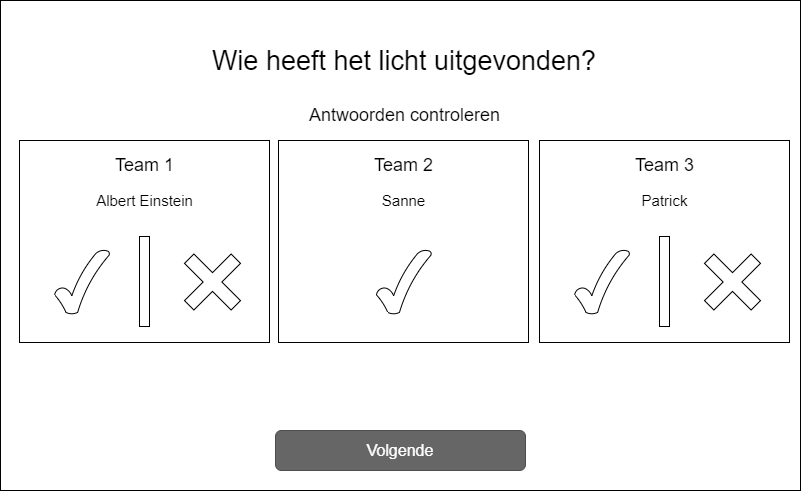
Patrickroelofs/HANICA-DWA-Quizzer keeps this draw.io diagram as Software Guidebook/wireframes/wireframes-Master (review answers).png. Above is the earlier version. Source tidied: cells renumbered, new cells last; positions are measured from the earlier drawing's top-left corner, leaving out a move shared by most shapes. Its diagram source:
```xml
<mxGraphModel>
  <root>
    <mxCell id="0" />
    <mxCell id="1" parent="0" />
    <mxCell id="2" style="rounded=0;whiteSpace=wrap;html=1;strokeColor=#000000;fillColor=#ffffff;fontSize=20;" parent="1" vertex="1">
      <mxGeometry width="800" height="490" as="geometry" />
    </mxCell>
    <mxCell id="3" value="&lt;font style=&quot;font-size: 18px&quot;&gt;Antwoorden controleren&lt;/font&gt;" style="text;html=1;align=center;verticalAlign=middle;fillColor=none;strokeColor=none;rounded=0;fontSize=18;" parent="1" vertex="1">
      <mxGeometry x="299" y="100" width="210" height="30" as="geometry" />
    </mxCell>
    <mxCell id="4" value="&lt;font style=&quot;font-size: 16px&quot;&gt;Volgende&lt;/font&gt;" style="rounded=1;html=1;shadow=0;dashed=0;whiteSpace=wrap;fontSize=10;fillColor=#666666;align=center;strokeColor=#4D4D4D;fontColor=#ffffff;" parent="1" vertex="1">
      <mxGeometry x="275" y="430" width="250" height="40" as="geometry" />
    </mxCell>
    <mxCell id="5" style="group;" parent="1" vertex="1">
      <mxGeometry x="19" y="180" width="250" height="162" as="geometry" />
    </mxCell>
    <mxCell id="6" style="rounded=0;whiteSpace=wrap;html=1;strokeColor=#000000;fontSize=18;" parent="5" vertex="1">
      <mxGeometry y="-40" width="250" height="202" as="geometry" />
    </mxCell>
    <mxCell id="7" style="verticalLabelPosition=bottom;verticalAlign=top;html=1;shape=mxgraph.basic.tick;strokeColor=#000000;fillColor=#ffffff;fontSize=18;" parent="5" vertex="1">
      <mxGeometry x="35.2" y="69.2" width="54.8" height="64.5" as="geometry" />
    </mxCell>
    <mxCell id="8" style="shape=cross;whiteSpace=wrap;html=1;strokeColor=#000000;fillColor=#ffffff;fontSize=18;rotation=45;" parent="5" vertex="1">
      <mxGeometry x="160" y="68.5" width="66" height="66" as="geometry" />
    </mxCell>
    <mxCell id="9" style="whiteSpace=wrap;html=1;strokeColor=#000000;fillColor=#ffffff;fontSize=20;" parent="5" vertex="1">
      <mxGeometry x="120" y="56" width="10" height="90" as="geometry" />
    </mxCell>
    <mxCell id="10" value="Albert Einstein" style="text;html=1;strokeColor=none;fillColor=none;align=center;verticalAlign=middle;whiteSpace=wrap;rounded=0;fontSize=15;" parent="5" vertex="1">
      <mxGeometry x="57.5" y="10" width="135" height="20" as="geometry" />
    </mxCell>
    <mxCell id="11" style="group;" parent="1" vertex="1">
      <mxGeometry x="278" y="180" width="250" height="162" as="geometry" />
    </mxCell>
    <mxCell id="12" style="rounded=0;whiteSpace=wrap;html=1;strokeColor=#000000;fontSize=18;" parent="11" vertex="1">
      <mxGeometry y="-40" width="250" height="202" as="geometry" />
    </mxCell>
    <mxCell id="13" style="verticalLabelPosition=bottom;verticalAlign=top;html=1;shape=mxgraph.basic.tick;strokeColor=#000000;fillColor=#ffffff;fontSize=18;" parent="11" vertex="1">
      <mxGeometry x="98" y="69.2" width="54.8" height="64.5" as="geometry" />
    </mxCell>
    <mxCell id="14" value="Sanne" style="text;html=1;strokeColor=none;fillColor=none;align=center;verticalAlign=middle;whiteSpace=wrap;rounded=0;fontSize=15;" parent="11" vertex="1">
      <mxGeometry x="58" y="10" width="135" height="20" as="geometry" />
    </mxCell>
    <mxCell id="15" style="group;" parent="1" vertex="1">
      <mxGeometry x="539" y="180" width="250" height="162" as="geometry" />
    </mxCell>
    <mxCell id="16" style="rounded=0;whiteSpace=wrap;html=1;strokeColor=#000000;fontSize=18;" parent="15" vertex="1">
      <mxGeometry y="-40" width="250" height="202" as="geometry" />
    </mxCell>
    <mxCell id="17" style="verticalLabelPosition=bottom;verticalAlign=top;html=1;shape=mxgraph.basic.tick;strokeColor=#000000;fillColor=#ffffff;fontSize=18;" parent="15" vertex="1">
      <mxGeometry x="35.2" y="69.2" width="54.8" height="64.5" as="geometry" />
    </mxCell>
    <mxCell id="18" style="shape=cross;whiteSpace=wrap;html=1;strokeColor=#000000;fillColor=#ffffff;fontSize=18;rotation=45;" parent="15" vertex="1">
      <mxGeometry x="160" y="68.5" width="66" height="66" as="geometry" />
    </mxCell>
    <mxCell id="19" style="whiteSpace=wrap;html=1;strokeColor=#000000;fillColor=#ffffff;fontSize=20;" parent="15" vertex="1">
      <mxGeometry x="120" y="56" width="10" height="90" as="geometry" />
    </mxCell>
    <mxCell id="20" value="Patrick" style="text;html=1;strokeColor=none;fillColor=none;align=center;verticalAlign=middle;whiteSpace=wrap;rounded=0;fontSize=15;" parent="15" vertex="1">
      <mxGeometry x="57.5" y="10" width="135" height="20" as="geometry" />
    </mxCell>
    <mxCell id="21" value="Team 1" style="text;html=1;align=center;verticalAlign=middle;fillColor=none;strokeColor=none;rounded=0;fontSize=18;" parent="1" vertex="1">
      <mxGeometry x="109" y="150" width="70" height="30" as="geometry" />
    </mxCell>
    <mxCell id="22" value="Team 2" style="text;html=1;align=center;verticalAlign=middle;fillColor=none;strokeColor=none;rounded=0;fontSize=18;" parent="1" vertex="1">
      <mxGeometry x="368" y="150" width="70" height="30" as="geometry" />
    </mxCell>
    <mxCell id="23" value="Team 3" style="text;html=1;align=center;verticalAlign=middle;fillColor=none;strokeColor=none;rounded=0;fontSize=18;" parent="1" vertex="1">
      <mxGeometry x="629" y="150" width="70" height="30" as="geometry" />
    </mxCell>
    <mxCell id="24" value="&lt;span style=&quot;font-size: 27px;&quot;&gt;Wie heeft het licht uitgevonden?&lt;/span&gt;" style="text;html=1;strokeColor=none;fillColor=none;align=center;verticalAlign=middle;whiteSpace=wrap;rounded=0;fontSize=27;" parent="1" vertex="1">
      <mxGeometry x="204" y="50" width="400" height="20" as="geometry" />
    </mxCell>
  </root>
</mxGraphModel>
```
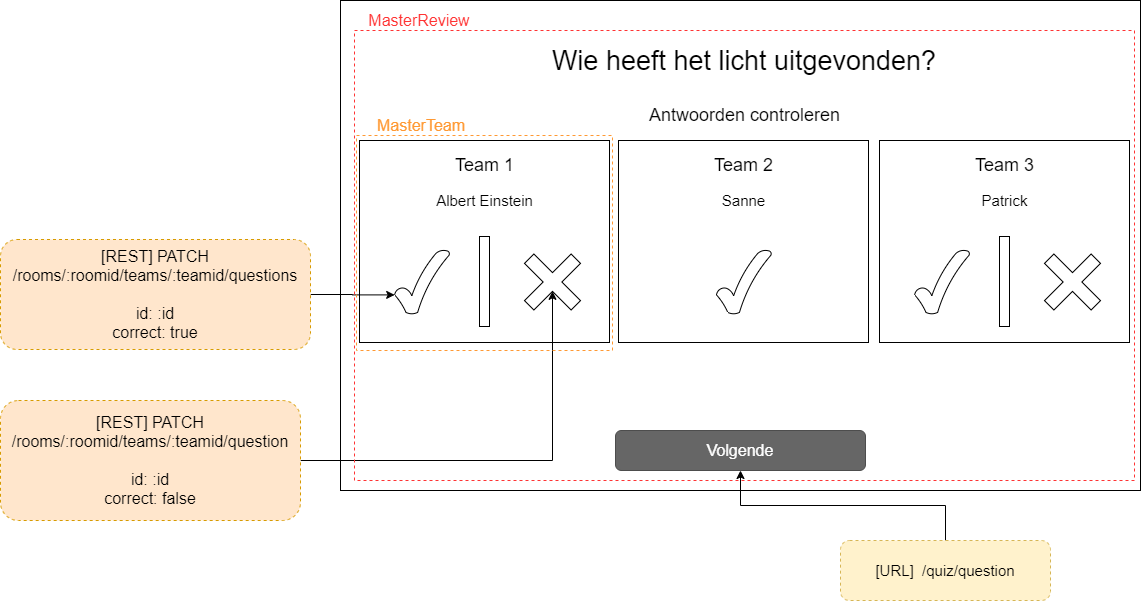
The same diagram one commit later.

Diff of the diagram source:
```diff
@@ -2,7 +2,7 @@
   <root>
     <mxCell id="0" />
     <mxCell id="1" parent="0" />
-    <mxCell id="2" style="rounded=0;whiteSpace=wrap;html=1;strokeColor=#000000;fillColor=#ffffff;fontSize=20;" parent="1" vertex="1">
+    <mxCell id="2" value="l" style="rounded=0;whiteSpace=wrap;html=1;strokeColor=#000000;fillColor=#ffffff;fontSize=20;" parent="1" vertex="1">
       <mxGeometry width="800" height="490" as="geometry" />
     </mxCell>
     <mxCell id="3" value="&lt;font style=&quot;font-size: 18px&quot;&gt;Antwoorden controleren&lt;/font&gt;" style="text;html=1;align=center;verticalAlign=middle;fillColor=none;strokeColor=none;rounded=0;fontSize=18;" parent="1" vertex="1">
@@ -71,5 +71,35 @@
     <mxCell id="24" value="&lt;span style=&quot;font-size: 27px;&quot;&gt;Wie heeft het licht uitgevonden?&lt;/span&gt;" style="text;html=1;strokeColor=none;fillColor=none;align=center;verticalAlign=middle;whiteSpace=wrap;rounded=0;fontSize=27;" parent="1" vertex="1">
       <mxGeometry x="204" y="50" width="400" height="20" as="geometry" />
     </mxCell>
+    <mxCell id="25" style="edgeStyle=orthogonalEdgeStyle;rounded=0;jettySize=auto;html=1;entryX=0;entryY=0.7;entryDx=0;entryDy=0;entryPerimeter=0;fontSize=16;fontColor=#FF9933;" parent="1" edge="1" source="26" target="7">
+      <mxGeometry relative="1" as="geometry" />
+    </mxCell>
+    <mxCell id="26" value="[REST] PATCH&lt;br&gt;/rooms/:roomid/teams/:teamid/questions&lt;br&gt;&lt;br&gt;id: :id&lt;br&gt;correct: true" style="rounded=1;whiteSpace=wrap;html=1;dashed=1;labelBackgroundColor=none;strokeColor=#d79b00;fillColor=#ffe6cc;fontSize=16;align=center;perimeterSpacing=0;" parent="1" vertex="1">
+      <mxGeometry x="-340" y="239" width="310" height="110" as="geometry" />
+    </mxCell>
+    <mxCell id="27" style="edgeStyle=orthogonalEdgeStyle;rounded=0;jettySize=auto;html=1;entryX=0;entryY=0;entryDx=39.6;entryDy=39.6;entryPerimeter=0;fontSize=16;fontColor=#FF9933;" parent="1" edge="1" source="28" target="8">
+      <mxGeometry relative="1" as="geometry" />
+    </mxCell>
+    <mxCell id="28" value="[REST] PATCH /rooms/:roomid/teams/:teamid/question&lt;br&gt;&lt;br&gt;id: :id&lt;br&gt;correct: false&lt;br&gt;" style="rounded=1;whiteSpace=wrap;html=1;dashed=1;labelBackgroundColor=none;strokeColor=#d79b00;fillColor=#ffe6cc;fontSize=16;" parent="1" vertex="1">
+      <mxGeometry x="-340" y="400" width="300" height="120" as="geometry" />
+    </mxCell>
+    <mxCell id="29" style="edgeStyle=orthogonalEdgeStyle;rounded=0;jettySize=auto;html=1;entryX=0.5;entryY=1;entryDx=0;entryDy=0;fontSize=16;fontColor=#FF9933;" parent="1" edge="1" source="30" target="4">
+      <mxGeometry relative="1" as="geometry" />
+    </mxCell>
+    <mxCell id="30" value="&lt;span style=&quot;font-size: 15px&quot;&gt;[URL]&amp;nbsp; /quiz/&lt;/span&gt;&lt;span style=&quot;font-size: 15px&quot;&gt;question&lt;/span&gt;" style="rounded=1;whiteSpace=wrap;html=1;dashed=1;labelBackgroundColor=none;strokeColor=#d6b656;fillColor=#fff2cc;fontSize=16;align=center;" parent="1" vertex="1">
+      <mxGeometry x="500" y="540" width="210" height="60" as="geometry" />
+    </mxCell>
+    <mxCell id="31" style="rounded=0;whiteSpace=wrap;html=1;dashed=1;labelBackgroundColor=none;strokeColor=#FF3333;fillColor=none;fontSize=16;fontColor=#FF3333;align=center;" parent="1" vertex="1">
+      <mxGeometry x="14" y="30" width="780" height="450" as="geometry" />
+    </mxCell>
+    <mxCell id="32" value="&lt;font&gt;MasterReview&lt;/font&gt;" style="text;html=1;strokeColor=none;fillColor=none;align=center;verticalAlign=middle;whiteSpace=wrap;rounded=0;dashed=1;labelBackgroundColor=none;fontSize=16;fontColor=#FF3333;" parent="1" vertex="1">
+      <mxGeometry x="14" y="10" width="130" height="20" as="geometry" />
+    </mxCell>
+    <mxCell id="33" style="rounded=0;whiteSpace=wrap;html=1;dashed=1;labelBackgroundColor=none;strokeColor=#FF9933;fillColor=none;fontSize=16;fontColor=#FF9933;align=center;" parent="1" vertex="1">
+      <mxGeometry x="16" y="135" width="256" height="215" as="geometry" />
+    </mxCell>
+    <mxCell id="34" value="&lt;font color=&quot;#ff9933&quot;&gt;MasterTeam&lt;/font&gt;" style="text;html=1;strokeColor=none;fillColor=none;align=center;verticalAlign=middle;whiteSpace=wrap;rounded=0;dashed=1;labelBackgroundColor=none;fontSize=16;fontColor=#FF3333;" parent="1" vertex="1">
+      <mxGeometry x="16" y="115" width="130" height="20" as="geometry" />
+    </mxCell>
   </root>
 </mxGraphModel>
```
